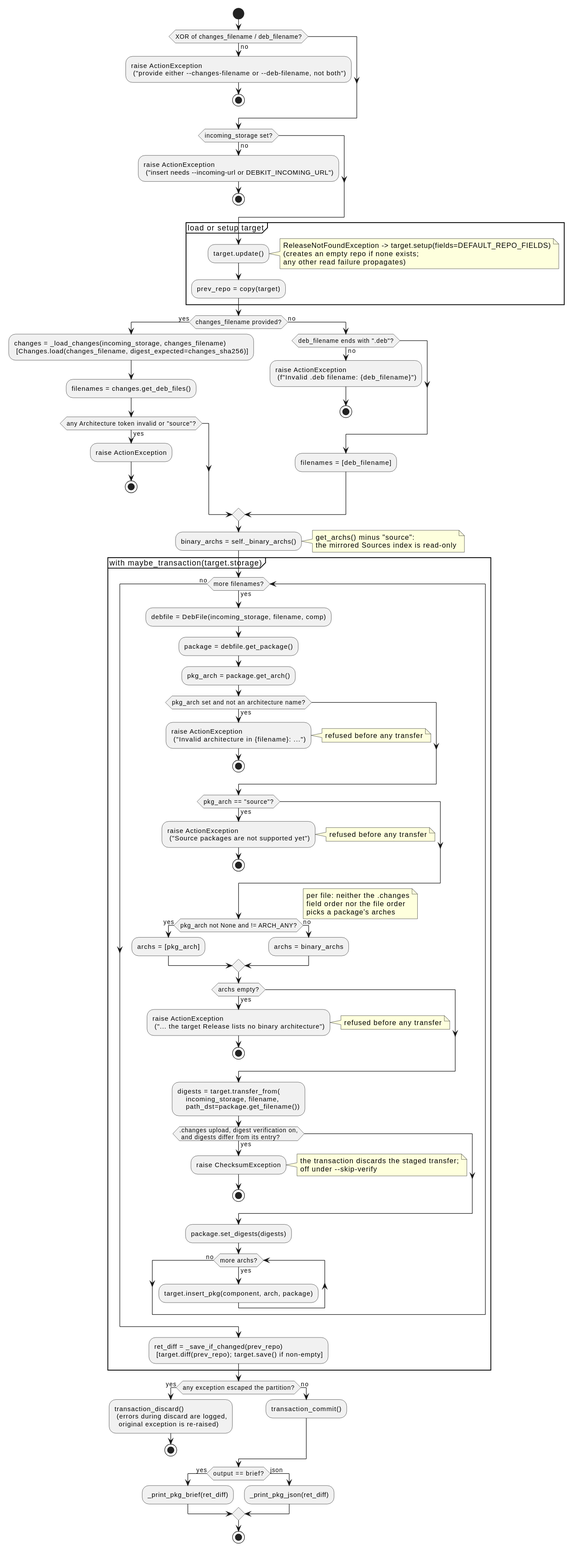
The PlantUML diagram docs/development/diagrams/action-pkg-insert-activity.svg in vinklat/debkit, before a commit. Its source is kept beside it as docs/development/diagrams/action-pkg-insert-activity.puml.
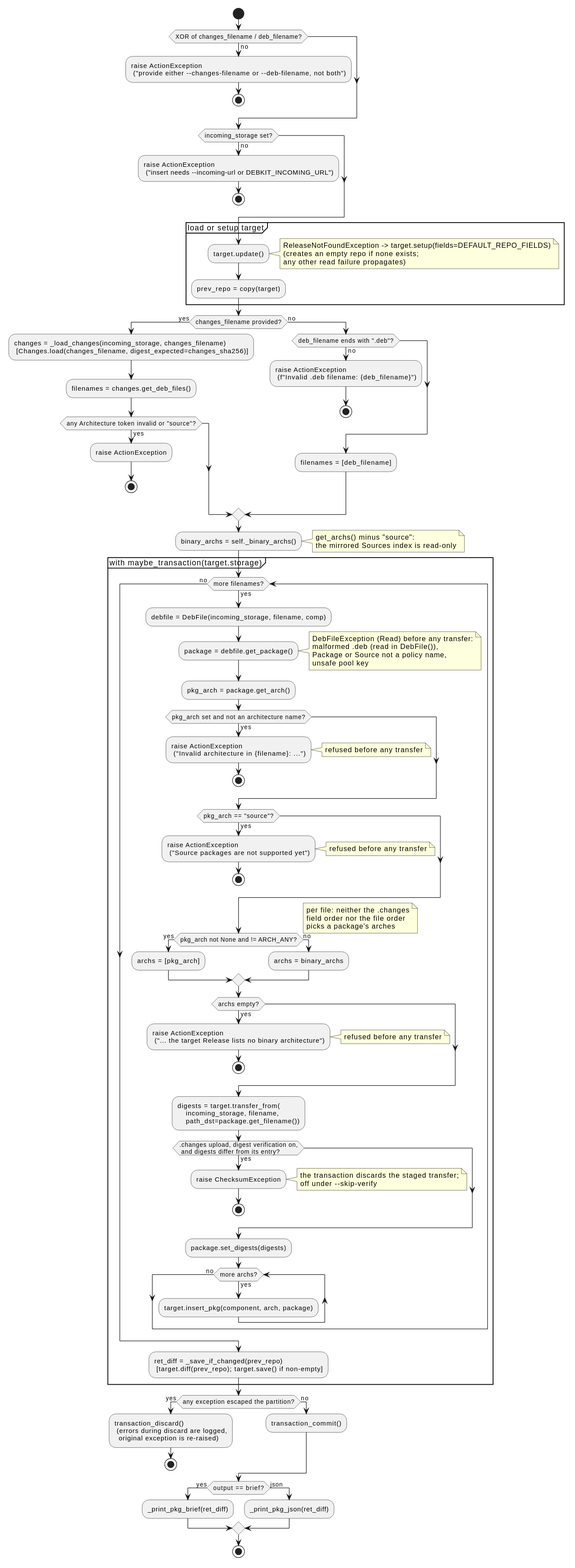
The same file after the commit.

The edit, as a diff of the source:
```diff
@@ -45,6 +45,12 @@
   while (more filenames?) is (yes)
     :debfile = DebFile(incoming_storage, filename, comp);
     :package = debfile.get_package();
+    note right
+      DebFileException (Read) before any transfer:
+      malformed .deb (read in DebFile()),
+      Package or Source not a policy name,
+      unsafe pool key
+    end note
     :pkg_arch = package.get_arch();
     if (pkg_arch set and not an architecture name?) then (yes)
       :raise ActionException
```
